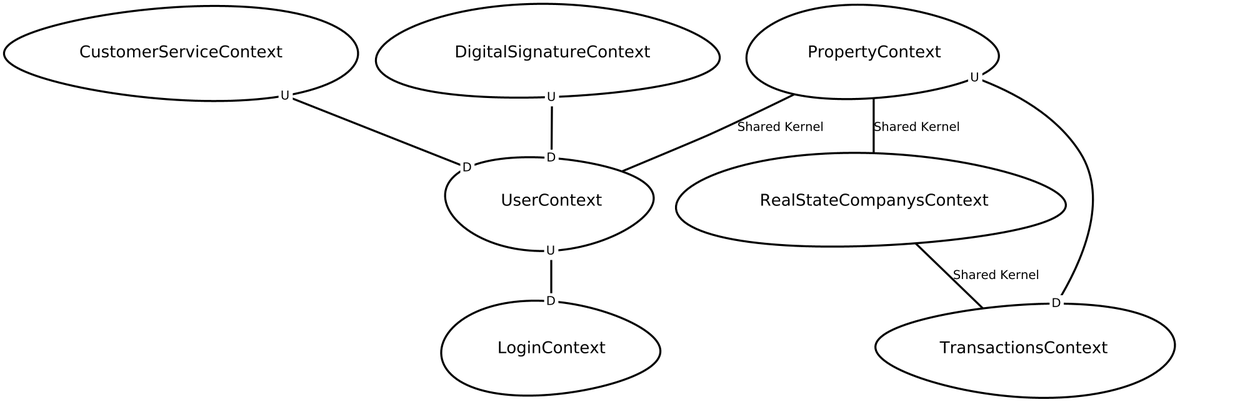
The Graphviz diagram src-gen/pda_domains_asis_ContextMap.png in lsolier/apps-no-monoliticas, before a commit. Its source is kept beside it as src-gen/pda_domains_asis_ContextMap.gv. Source of this version:
```dot
digraph "ContextMapGraph" {
graph ["imagepath"="/tmp/GraphvizJava"]
"CustomerServiceContext" ["margin"="0.3","orientation"="109","shape"="egg","fontsize"="16","style"="bold","label"="CustomerServiceContext\n","fontname"="sans-serif"]
"UserContext" ["margin"="0.3","orientation"="108","shape"="egg","fontsize"="16","style"="bold","label"="UserContext\n","fontname"="sans-serif"]
"LoginContext" ["margin"="0.3","orientation"="126","shape"="egg","fontsize"="16","style"="bold","label"="LoginContext\n","fontname"="sans-serif"]
"DigitalSignatureContext" ["margin"="0.3","orientation"="40","shape"="egg","fontsize"="16","style"="bold","label"="DigitalSignatureContext\n","fontname"="sans-serif"]
"PropertyContext" ["margin"="0.3","orientation"="29","shape"="egg","fontsize"="16","style"="bold","label"="PropertyContext\n","fontname"="sans-serif"]
"RealStateCompanysContext" ["margin"="0.3","orientation"="237","shape"="egg","fontsize"="16","style"="bold","label"="RealStateCompanysContext\n","fontname"="sans-serif"]
"TransactionsContext" ["margin"="0.3","orientation"="274","shape"="egg","fontsize"="16","style"="bold","label"="TransactionsContext\n","fontname"="sans-serif"]
"CustomerServiceContext" -> "UserContext" ["headlabel"=<<table cellspacing="0" cellborder="0" border="0">
<tr><td bgcolor="white">D</td></tr>
</table>>,"labeldistance"="0","fontsize"="12","taillabel"=<<table cellspacing="0" cellborder="0" border="0">
<tr><td bgcolor="white">U</td></tr>
</table>>,"style"="bold","label"="                                        ","dir"="none","fontname"="sans-serif"]
"UserContext" -> "LoginContext" ["headlabel"=<<table cellspacing="0" cellborder="0" border="0">
<tr><td bgcolor="white">D</td></tr>
</table>>,"labeldistance"="0","fontsize"="12","taillabel"=<<table cellspacing="0" cellborder="0" border="0">
<tr><td bgcolor="white">U</td></tr>
</table>>,"style"="bold","label"="                                        ","dir"="none","fontname"="sans-serif"]
"DigitalSignatureContext" -> "UserContext" ["headlabel"=<<table cellspacing="0" cellborder="0" border="0">
<tr><td bgcolor="white">D</td></tr>
</table>>,"labeldistance"="0","fontsize"="12","taillabel"=<<table cellspacing="0" cellborder="0" border="0">
<tr><td bgcolor="white">U</td></tr>
</table>>,"style"="bold","label"="                                        ","dir"="none","fontname"="sans-serif"]
"PropertyContext" -> "RealStateCompanysContext" ["fontsize"="12","style"="bold","label"="Shared Kernel","dir"="none","fontname"="sans-serif"]
"PropertyContext" -> "TransactionsContext" ["headlabel"=<<table cellspacing="0" cellborder="0" border="0">
<tr><td bgcolor="white">D</td></tr>
</table>>,"labeldistance"="0","fontsize"="12","taillabel"=<<table cellspacing="0" cellborder="0" border="0">
<tr><td bgcolor="white">U</td></tr>
</table>>,"style"="bold","label"="                                        ","dir"="none","fontname"="sans-serif"]
"PropertyContext" -> "UserContext" ["fontsize"="12","style"="bold","label"="Shared Kernel","dir"="none","fontname"="sans-serif"]
"RealStateCompanysContext" -> "TransactionsContext" ["fontsize"="12","style"="bold","label"="Shared Kernel","dir"="none","fontname"="sans-serif"]
}
```
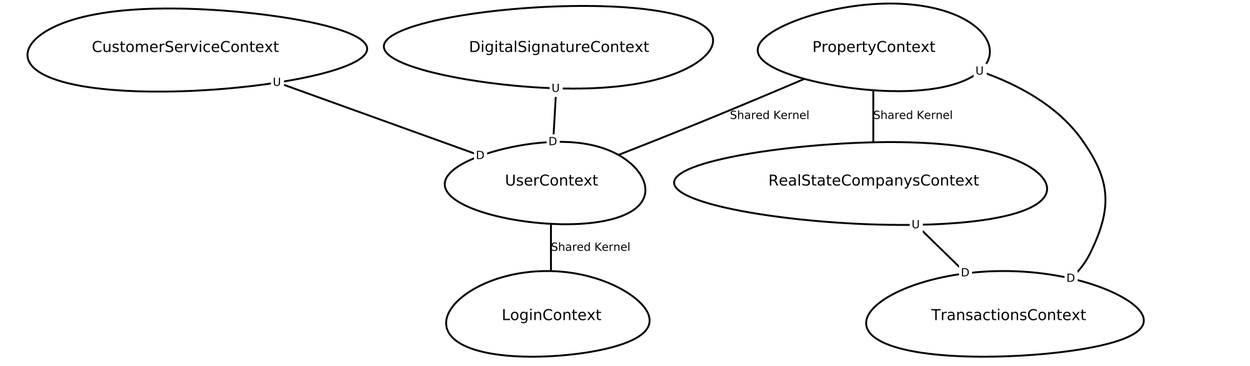
After the commit.

The edit, as a diff of the source:
```diff
@@ -1,33 +1,33 @@
 digraph "ContextMapGraph" {
 graph ["imagepath"="/tmp/GraphvizJava"]
-"CustomerServiceContext" ["margin"="0.3","orientation"="109","shape"="egg","fontsize"="16","style"="bold","label"="CustomerServiceContext\n","fontname"="sans-serif"]
-"UserContext" ["margin"="0.3","orientation"="108","shape"="egg","fontsize"="16","style"="bold","label"="UserContext\n","fontname"="sans-serif"]
-"LoginContext" ["margin"="0.3","orientation"="126","shape"="egg","fontsize"="16","style"="bold","label"="LoginContext\n","fontname"="sans-serif"]
-"DigitalSignatureContext" ["margin"="0.3","orientation"="40","shape"="egg","fontsize"="16","style"="bold","label"="DigitalSignatureContext\n","fontname"="sans-serif"]
-"PropertyContext" ["margin"="0.3","orientation"="29","shape"="egg","fontsize"="16","style"="bold","label"="PropertyContext\n","fontname"="sans-serif"]
-"RealStateCompanysContext" ["margin"="0.3","orientation"="237","shape"="egg","fontsize"="16","style"="bold","label"="RealStateCompanysContext\n","fontname"="sans-serif"]
-"TransactionsContext" ["margin"="0.3","orientation"="274","shape"="egg","fontsize"="16","style"="bold","label"="TransactionsContext\n","fontname"="sans-serif"]
+"CustomerServiceContext" ["margin"="0.3","orientation"="175","shape"="egg","fontsize"="16","style"="bold","label"="CustomerServiceContext\n","fontname"="sans-serif"]
+"UserContext" ["margin"="0.3","orientation"="123","shape"="egg","fontsize"="16","style"="bold","label"="UserContext\n","fontname"="sans-serif"]
+"LoginContext" ["margin"="0.3","orientation"="253","shape"="egg","fontsize"="16","style"="bold","label"="LoginContext\n","fontname"="sans-serif"]
+"DigitalSignatureContext" ["margin"="0.3","orientation"="97","shape"="egg","fontsize"="16","style"="bold","label"="DigitalSignatureContext\n","fontname"="sans-serif"]
+"PropertyContext" ["margin"="0.3","orientation"="327","shape"="egg","fontsize"="16","style"="bold","label"="PropertyContext\n","fontname"="sans-serif"]
+"RealStateCompanysContext" ["margin"="0.3","orientation"="225","shape"="egg","fontsize"="16","style"="bold","label"="RealStateCompanysContext\n","fontname"="sans-serif"]
+"TransactionsContext" ["margin"="0.3","orientation"="61","shape"="egg","fontsize"="16","style"="bold","label"="TransactionsContext\n","fontname"="sans-serif"]
 "CustomerServiceContext" -> "UserContext" ["headlabel"=<<table cellspacing="0" cellborder="0" border="0">
 <tr><td bgcolor="white">D</td></tr>
 </table>>,"labeldistance"="0","fontsize"="12","taillabel"=<<table cellspacing="0" cellborder="0" border="0">
 <tr><td bgcolor="white">U</td></tr>
 </table>>,"style"="bold","label"="                                        ","dir"="none","fontname"="sans-serif"]
-"UserContext" -> "LoginContext" ["headlabel"=<<table cellspacing="0" cellborder="0" border="0">
-<tr><td bgcolor="white">D</td></tr>
-</table>>,"labeldistance"="0","fontsize"="12","taillabel"=<<table cellspacing="0" cellborder="0" border="0">
-<tr><td bgcolor="white">U</td></tr>
-</table>>,"style"="bold","label"="                                        ","dir"="none","fontname"="sans-serif"]
+"UserContext" -> "LoginContext" ["fontsize"="12","style"="bold","label"="Shared Kernel","dir"="none","fontname"="sans-serif"]
 "DigitalSignatureContext" -> "UserContext" ["headlabel"=<<table cellspacing="0" cellborder="0" border="0">
 <tr><td bgcolor="white">D</td></tr>
 </table>>,"labeldistance"="0","fontsize"="12","taillabel"=<<table cellspacing="0" cellborder="0" border="0">
 <tr><td bgcolor="white">U</td></tr>
 </table>>,"style"="bold","label"="                                        ","dir"="none","fontname"="sans-serif"]
 "PropertyContext" -> "RealStateCompanysContext" ["fontsize"="12","style"="bold","label"="Shared Kernel","dir"="none","fontname"="sans-serif"]
+"PropertyContext" -> "UserContext" ["fontsize"="12","style"="bold","label"="Shared Kernel","dir"="none","fontname"="sans-serif"]
 "PropertyContext" -> "TransactionsContext" ["headlabel"=<<table cellspacing="0" cellborder="0" border="0">
 <tr><td bgcolor="white">D</td></tr>
 </table>>,"labeldistance"="0","fontsize"="12","taillabel"=<<table cellspacing="0" cellborder="0" border="0">
 <tr><td bgcolor="white">U</td></tr>
 </table>>,"style"="bold","label"="                                        ","dir"="none","fontname"="sans-serif"]
-"PropertyContext" -> "UserContext" ["fontsize"="12","style"="bold","label"="Shared Kernel","dir"="none","fontname"="sans-serif"]
-"RealStateCompanysContext" -> "TransactionsContext" ["fontsize"="12","style"="bold","label"="Shared Kernel","dir"="none","fontname"="sans-serif"]
+"RealStateCompanysContext" -> "TransactionsContext" ["headlabel"=<<table cellspacing="0" cellborder="0" border="0">
+<tr><td bgcolor="white">D</td></tr>
+</table>>,"labeldistance"="0","fontsize"="12","taillabel"=<<table cellspacing="0" cellborder="0" border="0">
+<tr><td bgcolor="white">U</td></tr>
+</table>>,"style"="bold","label"="                                        ","dir"="none","fontname"="sans-serif"]
 }
```
